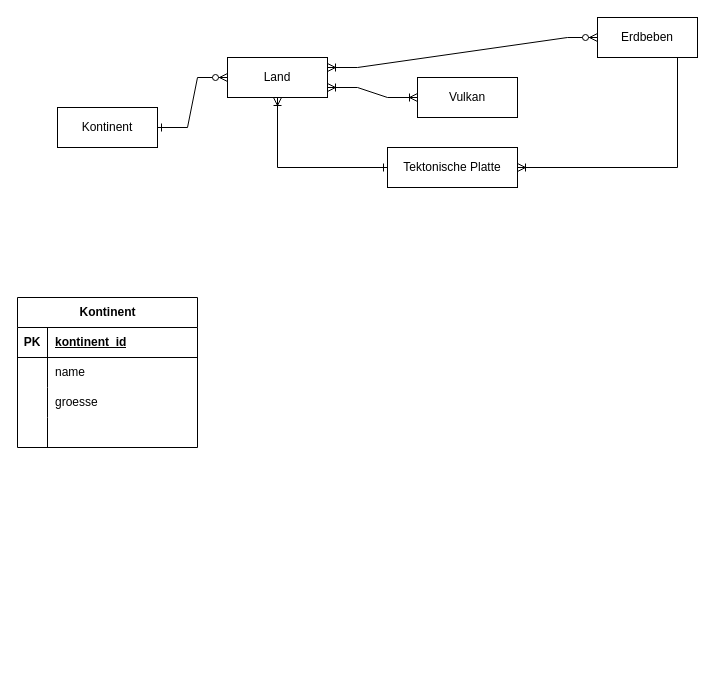
ThronKatze0/shock-clock keeps this draw.io diagram as page "Page-1" (1 of 2) of erd-vulkane.drawio. Above is the earlier version. Source tidied: cells renumbered, new cells numbered last; positions are measured from the earlier drawing's top-left corner, leaving out a move shared by most shapes. Both pictures are drawn from the tidied source at 100%, with x=0, y=0 at pixel (17, 17).
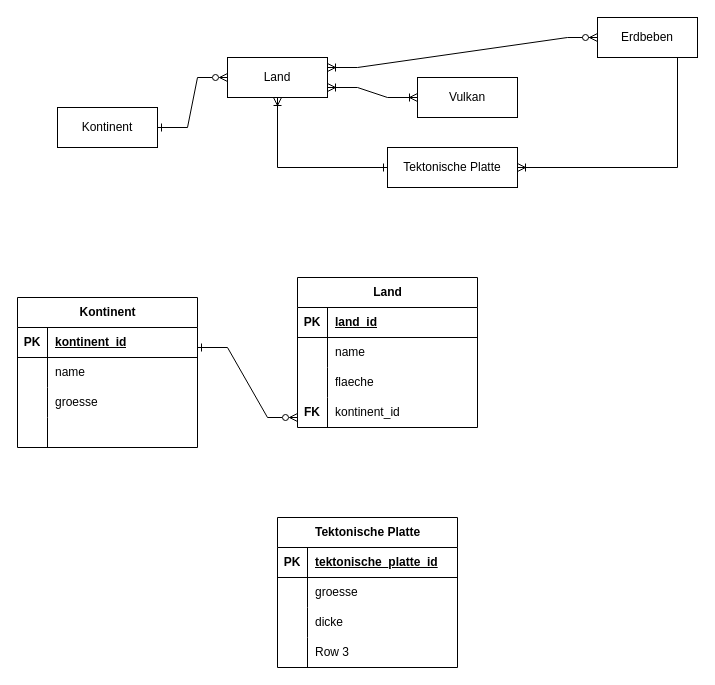
The same diagram, later.

The change refers to these unchanged cells:
```xml
<mxCell id="5" value="Land" style="whiteSpace=wrap;html=1;align=center;" parent="1" vertex="1">
  <mxGeometry x="210" y="40" width="100" height="40" as="geometry" />
</mxCell>
```

The edit, as a diff of the source:
```diff
@@
-    <mxCell id="7" style="edgeStyle=entityRelationEdgeStyle;fontSize=12;html=1;endArrow=ERzeroToMany;endFill=1;rounded=0;entryX=0;entryY=0.5;entryDx=0;entryDy=0;startArrow=ERone;startFill=0;" parent="1" edge="1" target="5">
+    <mxCell id="7" style="edgeStyle=entityRelationEdgeStyle;fontSize=12;html=1;endArrow=ERzeroToMany;endFill=0;rounded=0;entryX=0;entryY=0.5;entryDx=0;entryDy=0;startArrow=ERone;startFill=0;" parent="1" edge="1" target="5">
       <mxGeometry relative="1" as="geometry">
         <mxPoint x="140" y="110" as="sourcePoint" />
       </mxGeometry>
     </mxCell>
@@
+    <mxCell id="25" value="Land" style="shape=table;startSize=30;childLayout=tableLayout;rowLines=0;fontStyle=1;align=center;html=1;" parent="1" vertex="1">
+      <mxGeometry x="280" y="260" width="180" height="150" as="geometry" />
+    </mxCell>
+    <mxCell id="26" style="shape=tableRow;horizontal=0;startSize=0;swimlaneHead=0;swimlaneBody=0;fillColor=none;top=0;left=0;right=0;bottom=1;" parent="25" vertex="1">
+      <mxGeometry y="30" width="180" height="30" as="geometry" />
+    </mxCell>
+    <mxCell id="27" value="PK" style="shape=partialRectangle;fillColor=none;top=0;left=0;bottom=0;right=0;fontStyle=1;overflow=hidden;whiteSpace=wrap;html=1;" parent="26" vertex="1">
+      <mxGeometry width="30" height="30" as="geometry" />
+    </mxCell>
+    <mxCell id="28" value="land_id" style="shape=partialRectangle;fillColor=none;top=0;left=0;bottom=0;right=0;align=left;spacingLeft=6;fontStyle=5;overflow=hidden;whiteSpace=wrap;html=1;" parent="26" vertex="1">
+      <mxGeometry x="30" width="150" height="30" as="geometry" />
+    </mxCell>
+    <mxCell id="29" style="shape=tableRow;horizontal=0;startSize=0;swimlaneHead=0;swimlaneBody=0;fillColor=none;top=0;left=0;right=0;bottom=0;" parent="25" vertex="1">
+      <mxGeometry y="60" width="180" height="30" as="geometry" />
+    </mxCell>
+    <mxCell id="30" style="shape=partialRectangle;fillColor=none;top=0;left=0;bottom=0;right=0;overflow=hidden;whiteSpace=wrap;html=1;" parent="29" vertex="1">
+      <mxGeometry width="30" height="30" as="geometry" />
+    </mxCell>
+    <mxCell id="31" value="name" style="shape=partialRectangle;fillColor=none;top=0;left=0;bottom=0;right=0;align=left;spacingLeft=6;overflow=hidden;whiteSpace=wrap;html=1;" parent="29" vertex="1">
+      <mxGeometry x="30" width="150" height="30" as="geometry" />
+    </mxCell>
+    <mxCell id="32" style="shape=tableRow;horizontal=0;startSize=0;swimlaneHead=0;swimlaneBody=0;fillColor=none;top=0;left=0;right=0;bottom=0;" parent="25" vertex="1">
+      <mxGeometry y="90" width="180" height="30" as="geometry" />
+    </mxCell>
+    <mxCell id="33" style="shape=partialRectangle;fillColor=none;top=0;left=0;bottom=0;right=0;overflow=hidden;whiteSpace=wrap;html=1;" parent="32" vertex="1">
+      <mxGeometry width="30" height="30" as="geometry" />
+    </mxCell>
+    <mxCell id="34" value="flaeche" style="shape=partialRectangle;fillColor=none;top=0;left=0;bottom=0;right=0;align=left;spacingLeft=6;overflow=hidden;whiteSpace=wrap;html=1;" parent="32" vertex="1">
+      <mxGeometry x="30" width="150" height="30" as="geometry" />
+    </mxCell>
+    <mxCell id="35" style="shape=tableRow;horizontal=0;startSize=0;swimlaneHead=0;swimlaneBody=0;fillColor=none;top=0;left=0;right=0;bottom=0;" parent="25" vertex="1">
+      <mxGeometry y="120" width="180" height="30" as="geometry" />
+    </mxCell>
+    <mxCell id="36" style="shape=partialRectangle;fillColor=none;top=0;left=0;bottom=0;right=0;overflow=hidden;whiteSpace=wrap;html=1;" parent="35" vertex="1">
+      <mxGeometry width="30" height="30" as="geometry" />
+    </mxCell>
+    <mxCell id="37" value="kontinent_id" style="shape=partialRectangle;fillColor=none;top=0;left=0;bottom=0;right=0;align=left;spacingLeft=6;overflow=hidden;whiteSpace=wrap;html=1;" parent="35" vertex="1">
+      <mxGeometry x="30" width="150" height="30" as="geometry" />
+    </mxCell>
+    <mxCell id="38" style="edgeStyle=entityRelationEdgeStyle;fontSize=12;html=1;endArrow=ERzeroToMany;endFill=0;rounded=0;startArrow=ERone;startFill=0;" parent="1" edge="1">
+      <mxGeometry relative="1" as="geometry">
+        <mxPoint x="180" y="330" as="sourcePoint" />
+        <mxPoint x="280" y="400" as="targetPoint" />
+      </mxGeometry>
+    </mxCell>
+    <mxCell id="39" value="FK" style="shape=partialRectangle;fillColor=none;top=0;left=0;bottom=0;right=0;fontStyle=1;overflow=hidden;whiteSpace=wrap;html=1;" parent="1" vertex="1">
+      <mxGeometry x="280" y="380" width="30" height="30" as="geometry" />
+    </mxCell>
+    <mxCell id="40" value="Tektonische Platte" style="shape=table;startSize=30;childLayout=tableLayout;rowLines=0;fontStyle=1;align=center;html=1;" parent="1" vertex="1">
+      <mxGeometry x="260" y="500" width="180" height="150" as="geometry" />
+    </mxCell>
+    <mxCell id="41" style="shape=tableRow;horizontal=0;startSize=0;swimlaneHead=0;swimlaneBody=0;fillColor=none;top=0;left=0;right=0;bottom=1;" parent="40" vertex="1">
+      <mxGeometry y="30" width="180" height="30" as="geometry" />
+    </mxCell>
+    <mxCell id="42" value="PK" style="shape=partialRectangle;fillColor=none;top=0;left=0;bottom=0;right=0;fontStyle=1;overflow=hidden;whiteSpace=wrap;html=1;" parent="41" vertex="1">
+      <mxGeometry width="30" height="30" as="geometry" />
+    </mxCell>
+    <mxCell id="43" value="tektonische_platte_id" style="shape=partialRectangle;fillColor=none;top=0;left=0;bottom=0;right=0;align=left;spacingLeft=6;fontStyle=5;overflow=hidden;whiteSpace=wrap;html=1;" parent="41" vertex="1">
+      <mxGeometry x="30" width="150" height="30" as="geometry" />
+    </mxCell>
+    <mxCell id="44" style="shape=tableRow;horizontal=0;startSize=0;swimlaneHead=0;swimlaneBody=0;fillColor=none;top=0;left=0;right=0;bottom=0;" parent="40" vertex="1">
+      <mxGeometry y="60" width="180" height="30" as="geometry" />
+    </mxCell>
+    <mxCell id="45" style="shape=partialRectangle;fillColor=none;top=0;left=0;bottom=0;right=0;overflow=hidden;whiteSpace=wrap;html=1;" parent="44" vertex="1">
+      <mxGeometry width="30" height="30" as="geometry" />
+    </mxCell>
+    <mxCell id="46" value="groesse" style="shape=partialRectangle;fillColor=none;top=0;left=0;bottom=0;right=0;align=left;spacingLeft=6;overflow=hidden;whiteSpace=wrap;html=1;" parent="44" vertex="1">
+      <mxGeometry x="30" width="150" height="30" as="geometry" />
+    </mxCell>
+    <mxCell id="47" style="shape=tableRow;horizontal=0;startSize=0;swimlaneHead=0;swimlaneBody=0;fillColor=none;top=0;left=0;right=0;bottom=0;" parent="40" vertex="1">
+      <mxGeometry y="90" width="180" height="30" as="geometry" />
+    </mxCell>
+    <mxCell id="48" style="shape=partialRectangle;fillColor=none;top=0;left=0;bottom=0;right=0;overflow=hidden;whiteSpace=wrap;html=1;" parent="47" vertex="1">
+      <mxGeometry width="30" height="30" as="geometry" />
+    </mxCell>
+    <mxCell id="49" value="dicke" style="shape=partialRectangle;fillColor=none;top=0;left=0;bottom=0;right=0;align=left;spacingLeft=6;overflow=hidden;whiteSpace=wrap;html=1;" parent="47" vertex="1">
+      <mxGeometry x="30" width="150" height="30" as="geometry" />
+    </mxCell>
+    <mxCell id="50" style="shape=tableRow;horizontal=0;startSize=0;swimlaneHead=0;swimlaneBody=0;fillColor=none;top=0;left=0;right=0;bottom=0;" parent="40" vertex="1">
+      <mxGeometry y="120" width="180" height="30" as="geometry" />
+    </mxCell>
+    <mxCell id="51" style="shape=partialRectangle;fillColor=none;top=0;left=0;bottom=0;right=0;overflow=hidden;whiteSpace=wrap;html=1;" parent="50" vertex="1">
+      <mxGeometry width="30" height="30" as="geometry" />
+    </mxCell>
+    <mxCell id="52" value="Row 3" style="shape=partialRectangle;fillColor=none;top=0;left=0;bottom=0;right=0;align=left;spacingLeft=6;overflow=hidden;whiteSpace=wrap;html=1;" parent="50" vertex="1">
+      <mxGeometry x="30" width="150" height="30" as="geometry" />
+    </mxCell>
```
